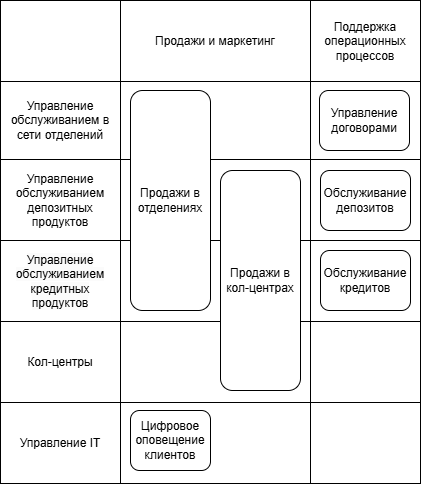
Before: Exc1/Карта IT.drawio.png, a diagram exported from draw.io (botcser/architecture-sprint-9). Source tidied: cells renumbered, new cells last; positions are measured from the earlier drawing's top-left corner, leaving out a move shared by most shapes.
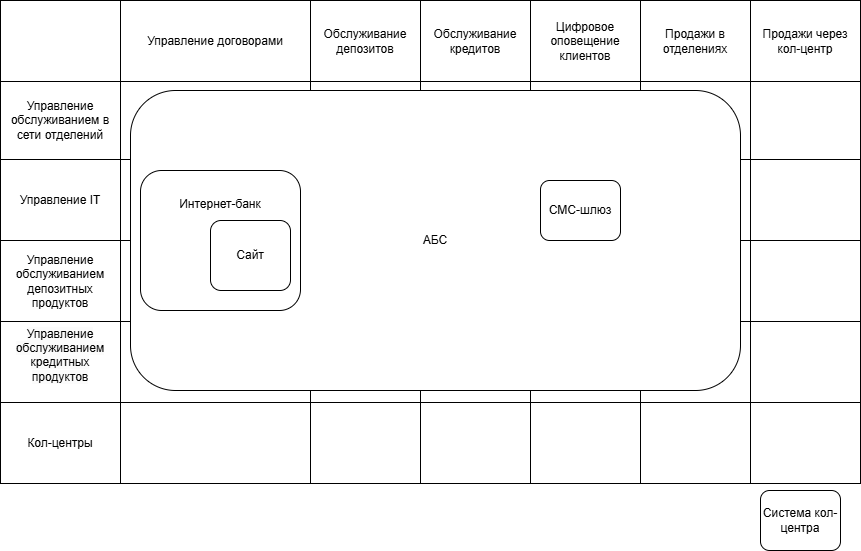
The same diagram one commit later.

What changed in the source:
```diff
@@ -3,22 +3,34 @@
     <mxCell id="0" />
     <mxCell id="1" parent="0" />
     <mxCell id="2" style="shadow=0;fillColor=none;" parent="1" vertex="1">
-      <mxGeometry width="420" height="483" as="geometry" />
+      <mxGeometry width="860" height="483" as="geometry" />
     </mxCell>
     <mxCell id="3" style="shape=tableRow;horizontal=0;startSize=0;swimlaneHead=0;swimlaneBody=0;top=0;left=0;bottom=0;right=0;fontStyle=0;fillColor=none;strokeColor=inherit;" parent="2" vertex="1">
-      <mxGeometry width="420" height="81" as="geometry" />
+      <mxGeometry width="860" height="81" as="geometry" />
     </mxCell>
     <mxCell id="4" style="strokeColor=inherit;fillColor=none;align=center;whiteSpace=wrap;html=1;" parent="3" vertex="1">
       <mxGeometry width="120" height="81" as="geometry" />
     </mxCell>
-    <mxCell id="5" value="Продажи и маркетинг" style="strokeColor=inherit;fillColor=none;align=center;whiteSpace=wrap;html=1;" parent="3" vertex="1">
+    <mxCell id="5" value="Управление договорами" style="strokeColor=inherit;fillColor=none;align=center;whiteSpace=wrap;html=1;" parent="3" vertex="1">
       <mxGeometry x="120" width="190" height="81" as="geometry" />
     </mxCell>
-    <mxCell id="6" value="Поддержка операционных процессов" style="strokeColor=inherit;fillColor=none;align=center;whiteSpace=wrap;html=1;" parent="3" vertex="1">
+    <mxCell id="6" value="Обслуживание депозитов" style="strokeColor=inherit;fillColor=none;align=center;whiteSpace=wrap;html=1;" parent="3" vertex="1">
       <mxGeometry x="310" width="110" height="81" as="geometry" />
     </mxCell>
+    <mxCell id="32" value="Обслуживание кредитов" style="strokeColor=inherit;fillColor=none;align=center;whiteSpace=wrap;html=1;" parent="3" vertex="1">
+      <mxGeometry x="420" width="110" height="81" as="geometry" />
+    </mxCell>
+    <mxCell id="29" value="Цифровое оповещение клиентов" style="strokeColor=inherit;fillColor=none;align=center;whiteSpace=wrap;html=1;" parent="3" vertex="1">
+      <mxGeometry x="530" width="110" height="81" as="geometry" />
+    </mxCell>
+    <mxCell id="27" value="Продажи в отделениях" style="strokeColor=inherit;fillColor=none;align=center;whiteSpace=wrap;html=1;" parent="3" vertex="1">
+      <mxGeometry x="640" width="110" height="81" as="geometry" />
+    </mxCell>
+    <mxCell id="33" value="Продажи через кол-центр" style="strokeColor=inherit;fillColor=none;align=center;whiteSpace=wrap;html=1;" parent="3" vertex="1">
+      <mxGeometry x="750" width="110" height="81" as="geometry" />
+    </mxCell>
     <mxCell id="7" style="shape=tableRow;horizontal=0;startSize=0;swimlaneHead=0;swimlaneBody=0;top=0;left=0;bottom=0;right=0;fontStyle=0;fillColor=none;strokeColor=inherit;" parent="2" vertex="1">
-      <mxGeometry y="81" width="420" height="78" as="geometry" />
+      <mxGeometry y="81" width="860" height="78" as="geometry" />
     </mxCell>
     <mxCell id="8" value="Управление обслуживанием в сети отделений" style="strokeColor=inherit;fillColor=none;align=center;whiteSpace=wrap;html=1;" parent="7" vertex="1">
       <mxGeometry width="120" height="78" as="geometry" />
@@ -29,10 +41,22 @@
     <mxCell id="10" style="strokeColor=inherit;fillColor=none;align=center;whiteSpace=wrap;html=1;" parent="7" vertex="1">
       <mxGeometry x="310" width="110" height="78" as="geometry" />
     </mxCell>
+    <mxCell id="34" style="strokeColor=inherit;fillColor=none;align=center;whiteSpace=wrap;html=1;" parent="7" vertex="1">
+      <mxGeometry x="420" width="110" height="78" as="geometry" />
+    </mxCell>
+    <mxCell id="35" style="strokeColor=inherit;fillColor=none;align=center;whiteSpace=wrap;html=1;" parent="7" vertex="1">
+      <mxGeometry x="530" width="110" height="78" as="geometry" />
+    </mxCell>
+    <mxCell id="36" style="strokeColor=inherit;fillColor=none;align=center;whiteSpace=wrap;html=1;" parent="7" vertex="1">
+      <mxGeometry x="640" width="110" height="78" as="geometry" />
+    </mxCell>
+    <mxCell id="37" style="strokeColor=inherit;fillColor=none;align=center;whiteSpace=wrap;html=1;" parent="7" vertex="1">
+      <mxGeometry x="750" width="110" height="78" as="geometry" />
+    </mxCell>
     <mxCell id="11" style="shape=tableRow;horizontal=0;startSize=0;swimlaneHead=0;swimlaneBody=0;top=0;left=0;bottom=0;right=0;fontStyle=0;fillColor=none;strokeColor=inherit;" parent="2" vertex="1">
-      <mxGeometry y="159" width="420" height="81" as="geometry" />
+      <mxGeometry y="159" width="860" height="81" as="geometry" />
     </mxCell>
-    <mxCell id="12" value="Управление обслуживанием депозитных продуктов" style="strokeColor=inherit;fillColor=none;align=center;whiteSpace=wrap;html=1;" parent="11" vertex="1">
+    <mxCell id="12" value="Управление IT" style="strokeColor=inherit;fillColor=none;align=center;whiteSpace=wrap;html=1;" parent="11" vertex="1">
       <mxGeometry width="120" height="81" as="geometry" />
     </mxCell>
     <mxCell id="13" style="strokeColor=inherit;fillColor=none;align=center;whiteSpace=wrap;html=1;" parent="11" vertex="1">
@@ -41,10 +65,22 @@
     <mxCell id="14" style="strokeColor=inherit;fillColor=none;align=center;whiteSpace=wrap;html=1;" parent="11" vertex="1">
       <mxGeometry x="310" width="110" height="81" as="geometry" />
     </mxCell>
+    <mxCell id="38" style="strokeColor=inherit;fillColor=none;align=center;whiteSpace=wrap;html=1;" parent="11" vertex="1">
+      <mxGeometry x="420" width="110" height="81" as="geometry" />
+    </mxCell>
+    <mxCell id="39" style="strokeColor=inherit;fillColor=none;align=center;whiteSpace=wrap;html=1;" parent="11" vertex="1">
+      <mxGeometry x="530" width="110" height="81" as="geometry" />
+    </mxCell>
+    <mxCell id="40" style="strokeColor=inherit;fillColor=none;align=center;whiteSpace=wrap;html=1;" parent="11" vertex="1">
+      <mxGeometry x="640" width="110" height="81" as="geometry" />
+    </mxCell>
+    <mxCell id="41" style="strokeColor=inherit;fillColor=none;align=center;whiteSpace=wrap;html=1;" parent="11" vertex="1">
+      <mxGeometry x="750" width="110" height="81" as="geometry" />
+    </mxCell>
     <mxCell id="15" style="shape=tableRow;horizontal=0;startSize=0;swimlaneHead=0;swimlaneBody=0;top=0;left=0;bottom=0;right=0;fontStyle=0;fillColor=none;strokeColor=inherit;" parent="2" vertex="1">
-      <mxGeometry y="240" width="420" height="81" as="geometry" />
+      <mxGeometry y="240" width="860" height="81" as="geometry" />
     </mxCell>
-    <mxCell id="16" value="&lt;br&gt;&lt;span style=&quot;color: rgb(0, 0, 0); font-family: Helvetica; font-size: 12px; font-style: normal; font-variant-ligatures: normal; font-variant-caps: normal; font-weight: 400; letter-spacing: normal; orphans: 2; text-align: center; text-indent: 0px; text-transform: none; widows: 2; word-spacing: 0px; -webkit-text-stroke-width: 0px; white-space: normal; background-color: rgb(251, 251, 251); text-decoration-thickness: initial; text-decoration-style: initial; text-decoration-color: initial; display: inline !important; float: none;&quot;&gt;Управление обслуживанием кредитных продуктов&lt;/span&gt;&lt;div&gt;&lt;br/&gt;&lt;/div&gt;" style="strokeColor=inherit;fillColor=none;align=center;whiteSpace=wrap;html=1;" parent="15" vertex="1">
+    <mxCell id="16" value="&lt;div&gt;Управление обслуживанием депозитных продуктов&lt;/div&gt;" style="strokeColor=inherit;fillColor=none;align=center;whiteSpace=wrap;html=1;" parent="15" vertex="1">
       <mxGeometry width="120" height="81" as="geometry" />
     </mxCell>
     <mxCell id="17" style="strokeColor=inherit;fillColor=none;align=center;whiteSpace=wrap;html=1;" parent="15" vertex="1">
@@ -53,22 +89,22 @@
     <mxCell id="18" style="strokeColor=inherit;fillColor=none;align=center;whiteSpace=wrap;html=1;" parent="15" vertex="1">
       <mxGeometry x="310" width="110" height="81" as="geometry" />
     </mxCell>
-    <mxCell id="19" style="shape=tableRow;horizontal=0;startSize=0;swimlaneHead=0;swimlaneBody=0;top=0;left=0;bottom=0;right=0;fontStyle=0;fillColor=none;strokeColor=inherit;" parent="2" vertex="1">
-      <mxGeometry y="321" width="420" height="81" as="geometry" />
-    </mxCell>
-    <mxCell id="20" value="Кол-центры" style="strokeColor=inherit;fillColor=none;align=center;whiteSpace=wrap;html=1;" parent="19" vertex="1">
-      <mxGeometry width="120" height="81" as="geometry" />
-    </mxCell>
-    <mxCell id="21" style="strokeColor=inherit;fillColor=none;align=center;whiteSpace=wrap;html=1;" parent="19" vertex="1">
-      <mxGeometry x="120" width="190" height="81" as="geometry" />
-    </mxCell>
-    <mxCell id="22" style="strokeColor=inherit;fillColor=none;align=center;whiteSpace=wrap;html=1;" parent="19" vertex="1">
-      <mxGeometry x="310" width="110" height="81" as="geometry" />
-    </mxCell>
+    <mxCell id="42" style="strokeColor=inherit;fillColor=none;align=center;whiteSpace=wrap;html=1;" parent="15" vertex="1">
+      <mxGeometry x="420" width="110" height="81" as="geometry" />
+    </mxCell>
+    <mxCell id="43" style="strokeColor=inherit;fillColor=none;align=center;whiteSpace=wrap;html=1;" parent="15" vertex="1">
+      <mxGeometry x="530" width="110" height="81" as="geometry" />
+    </mxCell>
+    <mxCell id="44" style="strokeColor=inherit;fillColor=none;align=center;whiteSpace=wrap;html=1;" parent="15" vertex="1">
+      <mxGeometry x="640" width="110" height="81" as="geometry" />
+    </mxCell>
+    <mxCell id="45" style="strokeColor=inherit;fillColor=none;align=center;whiteSpace=wrap;html=1;" parent="15" vertex="1">
+      <mxGeometry x="750" width="110" height="81" as="geometry" />
+    </mxCell>
     <mxCell id="23" style="shape=tableRow;horizontal=0;startSize=0;swimlaneHead=0;swimlaneBody=0;top=0;left=0;bottom=0;right=0;fontStyle=0;fillColor=none;strokeColor=inherit;" parent="2" vertex="1">
-      <mxGeometry y="402" width="420" height="81" as="geometry" />
+      <mxGeometry y="321" width="860" height="81" as="geometry" />
     </mxCell>
-    <mxCell id="24" value="Управление IT" style="strokeColor=inherit;fillColor=none;align=center;whiteSpace=wrap;html=1;" parent="23" vertex="1">
+    <mxCell id="24" value="&#10;&lt;br style=&quot;forced-color-adjust: none;&quot;&gt;&lt;span style=&quot;forced-color-adjust: none; color: light-dark(rgb(0, 0, 0), rgb(237, 237, 237)); font-family: Helvetica; font-size: 12px; font-style: normal; font-variant-ligatures: normal; font-variant-caps: normal; font-weight: 400; letter-spacing: normal; orphans: 2; text-align: center; text-indent: 0px; text-transform: none; widows: 2; word-spacing: 0px; -webkit-text-stroke-width: 0px; white-space: normal; background-color: light-dark(rgb(251, 251, 251), rgb(21, 21, 21)); text-decoration-thickness: initial; text-decoration-style: initial; text-decoration-color: initial; float: none; display: inline !important;&quot;&gt;Управление обслуживанием кредитных продуктов&lt;/span&gt;&lt;div style=&quot;forced-color-adjust: none;&quot;&gt;&lt;br style=&quot;forced-color-adjust: none; color: rgb(0, 0, 0); font-family: Helvetica; font-size: 12px; font-style: normal; font-variant-ligatures: normal; font-variant-caps: normal; font-weight: 400; letter-spacing: normal; orphans: 2; text-align: center; text-indent: 0px; text-transform: none; widows: 2; word-spacing: 0px; -webkit-text-stroke-width: 0px; white-space: normal; background-color: rgb(251, 251, 251); text-decoration-thickness: initial; text-decoration-style: initial; text-decoration-color: initial;&quot;&gt;&#10;&#10;&lt;/div&gt;" style="strokeColor=inherit;fillColor=none;align=center;whiteSpace=wrap;html=1;" parent="23" vertex="1">
       <mxGeometry width="120" height="81" as="geometry" />
     </mxCell>
     <mxCell id="25" style="strokeColor=inherit;fillColor=none;align=center;whiteSpace=wrap;html=1;" parent="23" vertex="1">
@@ -77,23 +113,56 @@
     <mxCell id="26" style="strokeColor=inherit;fillColor=none;align=center;whiteSpace=wrap;html=1;" parent="23" vertex="1">
       <mxGeometry x="310" width="110" height="81" as="geometry" />
     </mxCell>
-    <mxCell id="27" value="Продажи в отделениях" style="rounded=1;whiteSpace=wrap;html=1;" parent="1" vertex="1">
-      <mxGeometry x="130" y="90" width="80" height="220" as="geometry" />
-    </mxCell>
-    <mxCell id="28" value="Продажи в кол-центрах" style="rounded=1;whiteSpace=wrap;html=1;" parent="1" vertex="1">
-      <mxGeometry x="220" y="170" width="80" height="220" as="geometry" />
-    </mxCell>
-    <mxCell id="29" value="Цифровое оповещение клиентов" style="rounded=1;whiteSpace=wrap;html=1;" parent="1" vertex="1">
-      <mxGeometry x="130" y="410" width="80" height="60" as="geometry" />
-    </mxCell>
-    <mxCell id="30" value="Управление договорами" style="rounded=1;whiteSpace=wrap;html=1;" parent="1" vertex="1">
-      <mxGeometry x="319" y="90" width="90" height="60" as="geometry" />
-    </mxCell>
-    <mxCell id="31" value="Обслуживание депозитов" style="rounded=1;whiteSpace=wrap;html=1;" parent="1" vertex="1">
-      <mxGeometry x="320" y="170" width="90" height="60" as="geometry" />
-    </mxCell>
-    <mxCell id="32" value="Обслуживание кредитов" style="rounded=1;whiteSpace=wrap;html=1;" parent="1" vertex="1">
-      <mxGeometry x="320" y="250" width="90" height="60" as="geometry" />
-    </mxCell>
+    <mxCell id="46" style="strokeColor=inherit;fillColor=none;align=center;whiteSpace=wrap;html=1;" parent="23" vertex="1">
+      <mxGeometry x="420" width="110" height="81" as="geometry" />
+    </mxCell>
+    <mxCell id="47" style="strokeColor=inherit;fillColor=none;align=center;whiteSpace=wrap;html=1;" parent="23" vertex="1">
+      <mxGeometry x="530" width="110" height="81" as="geometry" />
+    </mxCell>
+    <mxCell id="48" style="strokeColor=inherit;fillColor=none;align=center;whiteSpace=wrap;html=1;" parent="23" vertex="1">
+      <mxGeometry x="640" width="110" height="81" as="geometry" />
+    </mxCell>
+    <mxCell id="49" style="strokeColor=inherit;fillColor=none;align=center;whiteSpace=wrap;html=1;" parent="23" vertex="1">
+      <mxGeometry x="750" width="110" height="81" as="geometry" />
+    </mxCell>
+    <mxCell id="50" style="shape=tableRow;horizontal=0;startSize=0;swimlaneHead=0;swimlaneBody=0;top=0;left=0;bottom=0;right=0;fontStyle=0;fillColor=none;strokeColor=inherit;" parent="2" vertex="1">
+      <mxGeometry y="402" width="860" height="81" as="geometry" />
+    </mxCell>
+    <mxCell id="20" value="Кол-центры" style="strokeColor=inherit;fillColor=none;align=center;whiteSpace=wrap;html=1;" parent="50" vertex="1">
+      <mxGeometry width="120" height="81" as="geometry" />
+    </mxCell>
+    <mxCell id="21" style="strokeColor=inherit;fillColor=none;align=center;whiteSpace=wrap;html=1;" parent="50" vertex="1">
+      <mxGeometry x="120" width="190" height="81" as="geometry" />
+    </mxCell>
+    <mxCell id="22" style="strokeColor=inherit;fillColor=none;align=center;whiteSpace=wrap;html=1;" parent="50" vertex="1">
+      <mxGeometry x="310" width="110" height="81" as="geometry" />
+    </mxCell>
+    <mxCell id="51" style="strokeColor=inherit;fillColor=none;align=center;whiteSpace=wrap;html=1;" parent="50" vertex="1">
+      <mxGeometry x="420" width="110" height="81" as="geometry" />
+    </mxCell>
+    <mxCell id="52" style="strokeColor=inherit;fillColor=none;align=center;whiteSpace=wrap;html=1;" parent="50" vertex="1">
+      <mxGeometry x="530" width="110" height="81" as="geometry" />
+    </mxCell>
+    <mxCell id="53" style="strokeColor=inherit;fillColor=none;align=center;whiteSpace=wrap;html=1;" parent="50" vertex="1">
+      <mxGeometry x="640" width="110" height="81" as="geometry" />
+    </mxCell>
+    <mxCell id="54" style="strokeColor=inherit;fillColor=none;align=center;whiteSpace=wrap;html=1;" parent="50" vertex="1">
+      <mxGeometry x="750" width="110" height="81" as="geometry" />
+    </mxCell>
+    <mxCell id="55" value="Система кол-центра" style="rounded=1;whiteSpace=wrap;html=1;" parent="1" vertex="1">
+      <mxGeometry x="760" y="490" width="80" height="60" as="geometry" />
+    </mxCell>
+    <mxCell id="56" value="АБС" style="rounded=1;whiteSpace=wrap;html=1;" parent="1" vertex="1">
+      <mxGeometry x="130" y="90" width="610" height="300" as="geometry" />
+    </mxCell>
+    <mxCell id="57" value="Интернет-банк&lt;div&gt;&lt;br&gt;&lt;/div&gt;&lt;div&gt;&lt;br&gt;&lt;/div&gt;&lt;div&gt;&lt;br&gt;&lt;/div&gt;&lt;div&gt;&lt;br&gt;&lt;/div&gt;&lt;div&gt;&lt;br&gt;&lt;/div&gt;" style="rounded=1;whiteSpace=wrap;html=1;" parent="1" vertex="1">
+      <mxGeometry x="140" y="170" width="160" height="140" as="geometry" />
+    </mxCell>
+    <mxCell id="58" value="Сайт" style="rounded=1;whiteSpace=wrap;html=1;" parent="1" vertex="1">
+      <mxGeometry x="210" y="220" width="80" height="70" as="geometry" />
+    </mxCell>
+    <mxCell id="59" value="СМС-шлюз" style="rounded=1;whiteSpace=wrap;html=1;" parent="1" vertex="1">
+      <mxGeometry x="540" y="180" width="80" height="60" as="geometry" />
+    </mxCell>
   </root>
 </mxGraphModel>
```
